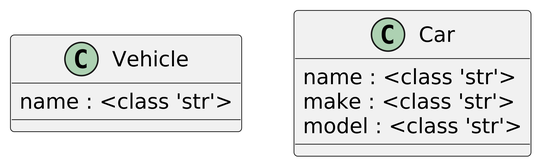
Before: python-lib/pdgen/test/test-projects/simple-project/diagram.png, a diagram exported from PlantUML (Softoft/pdgen). The source it was exported from:
```plantuml
@startuml
skinparam dpi 600
class Vehicle {
    name : <class 'str'>
}
class Car {
    name : <class 'str'>
    make : <class 'str'>
    model : <class 'str'>
}
@enduml
```
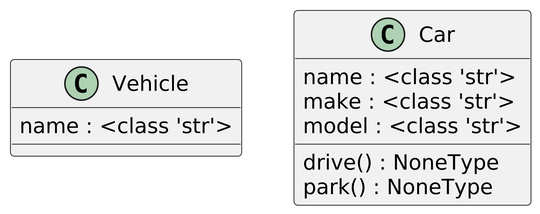
Above is the later version.

Diff of the diagram source:
```diff
@@ -7,5 +7,7 @@
     name : <class 'str'>
     make : <class 'str'>
     model : <class 'str'>
+    drive() : NoneType
+    park() : NoneType
 }
 @enduml
```
